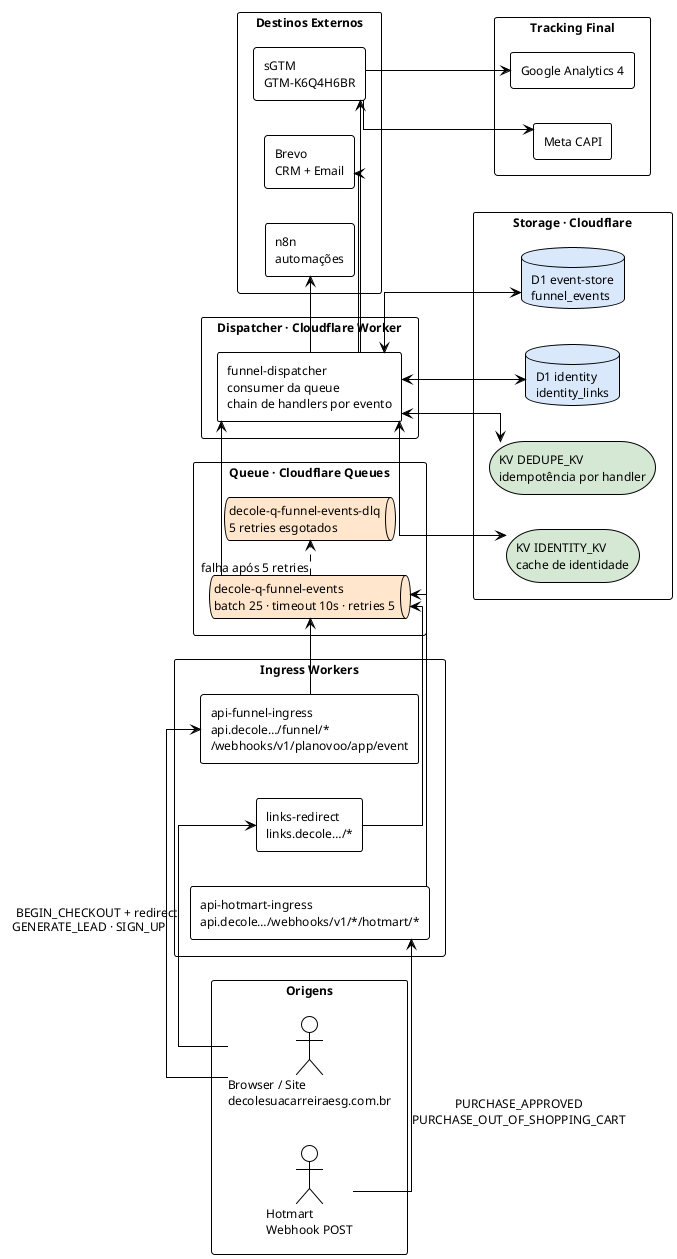
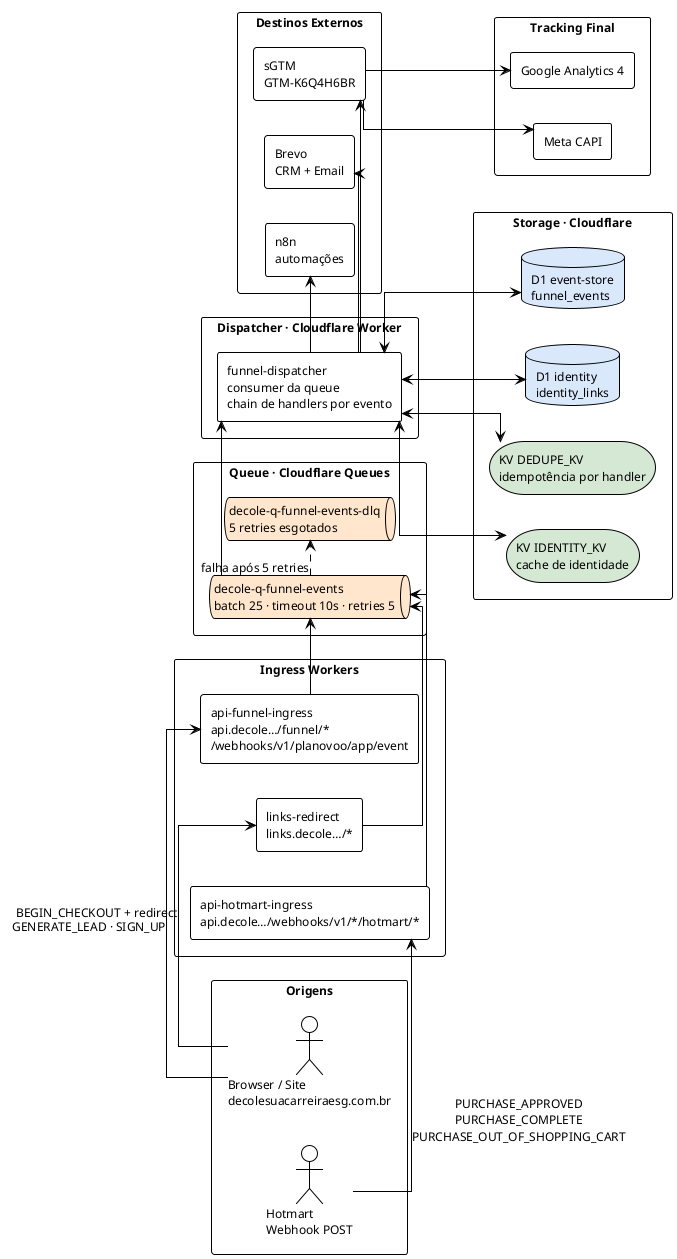
@startuml arquitetura-sistema
!theme plain
skinparam linetype ortho
skinparam backgroundColor #FFFFFF
skinparam defaultFontSize 12
skinparam packageStyle rectangle
skinparam componentStyle rectangle
skinparam databaseBackgroundColor #DAE8FC
skinparam storageBackgroundColor #D5E8D4
skinparam queueBackgroundColor #FFE6CC

left to right direction

package "Origens" {
  actor "Browser / Site\ndecolesuacarreiraesg.com.br" as Browser
  actor "Hotmart\nWebhook POST" as Hotmart
}

package "Ingress Workers" as Ingress {
  component "api-funnel-ingress\napi.decole…/funnel/*\n/webhooks/v1/planovoo/app/event" as FI
  component "links-redirect\nlinks.decole…/*" as LR
  component "api-hotmart-ingress\napi.decole…/webhooks/v1/*/hotmart/*" as HI
}

package "Queue · Cloudflare Queues" as Queues {
  queue "decole-q-funnel-events\nbatch 25 · timeout 10s · retries 5" as Q
  queue "decole-q-funnel-events-dlq\n5 retries esgotados" as DLQ
}

package "Dispatcher · Cloudflare Worker" as Disp {
  component "funnel-dispatcher\nconsumer da queue\nchain de handlers por evento" as FD
}

package "Storage · Cloudflare" as Storage {
  database "D1 event-store\nfunnel_events" as D1E
  database "D1 identity\nidentity_links" as D1I
  storage "KV DEDUPE_KV\nidempotência por handler" as KVD
  storage "KV IDENTITY_KV\ncache de identidade" as KVI
}

package "Destinos Externos" as Externos {
  component "sGTM\nGTM-K6Q4H6BR" as sGTM
  component "Brevo\nCRM + Email" as Brevo
  component "n8n\nautomações" as N8N
}

package "Tracking Final" as Tracking {
  component "Google Analytics 4" as GA4
  component "Meta CAPI" as Meta
}

Browser -right-> FI : GENERATE_LEAD · SIGN_UP
Browser -right-> LR : BEGIN_CHECKOUT + redirect
- Hotmart -right-> HI : PURCHASE_APPROVED\nPURCHASE_OUT_OF_SHOPPING_CART
+ Hotmart -right-> HI : PURCHASE_APPROVED\nPURCHASE_COMPLETE\nPURCHASE_OUT_OF_SHOPPING_CART

FI -right-> Q
LR -right-> Q
HI -right-> Q
Q .right.> DLQ : falha após 5 retries

Q -right-> FD

FD <-down-> D1E
FD <-down-> D1I
FD <-down-> KVD
FD <-down-> KVI
FD -right-> sGTM
FD -right-> Brevo
FD -right-> N8N

sGTM -down-> GA4
sGTM -down-> Meta

@enduml
